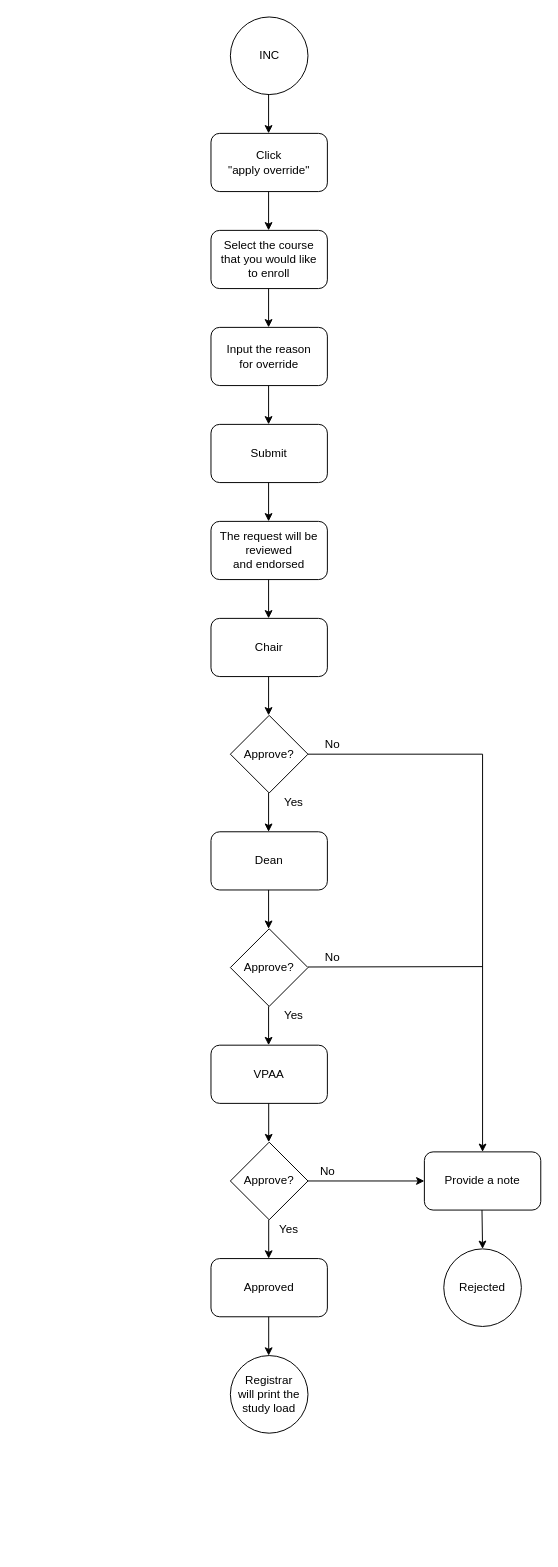
marfapepito/AudiBook keeps this draw.io diagram as Untitled Diagram.drawio. Above is the earlier version. Source tidied: cells renumbered, new cells numbered last; positions are measured from the earlier drawing's top-left corner, leaving out a move shared by most shapes. Both pictures are drawn from the tidied source at 97%, with x=0, y=0 at pixel (210, 16).
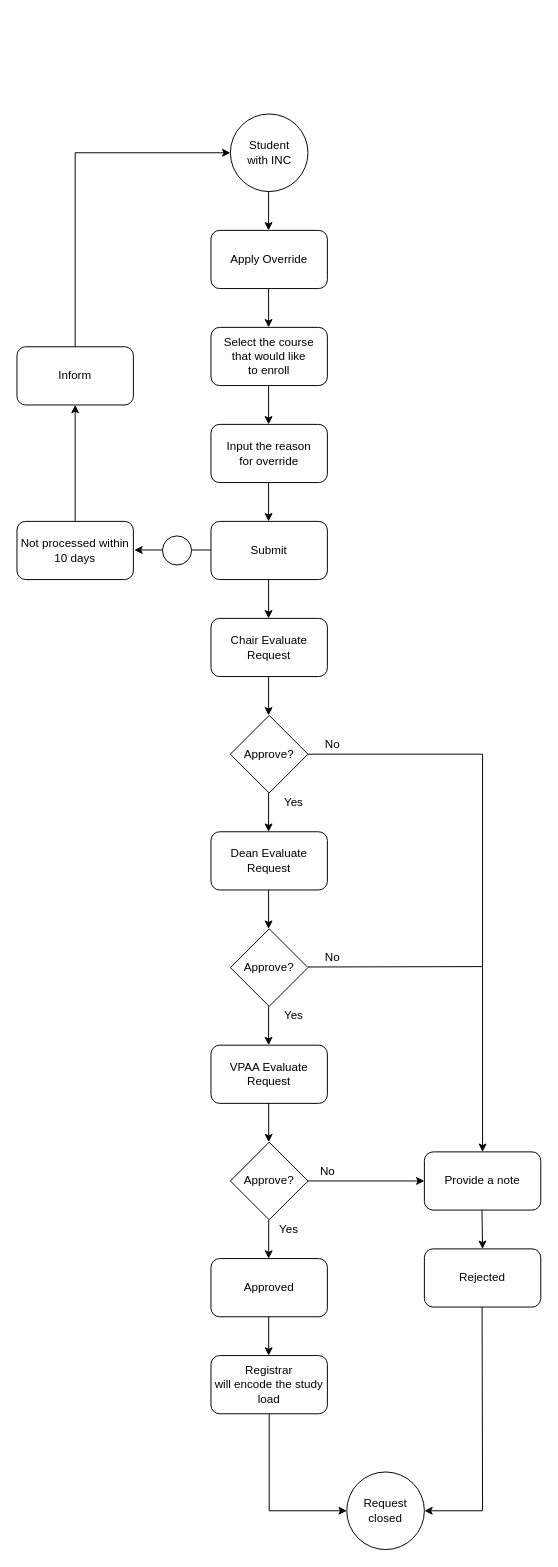
After the change.

The edit, as a diff of the source:
```diff
@@
     <mxCell id="2" style="ellipse;whiteSpace=wrap;html=1;" parent="1" vertex="1">
-      <mxGeometry x="20" width="80" height="80" as="geometry" />
+      <mxGeometry x="20" y="100" width="80" height="80" as="geometry" />
     </mxCell>
     <mxCell id="3" value="Submit" style="rounded=1;whiteSpace=wrap;html=1;" parent="1" vertex="1">
-      <mxGeometry y="420" width="120" height="60" as="geometry" />
+      <mxGeometry y="520" width="120" height="60" as="geometry" />
     </mxCell>
-    <mxCell id="4" value="Registrar&lt;br&gt;will print the study load" style="ellipse;whiteSpace=wrap;html=1;" parent="1" vertex="1">
-      <mxGeometry x="20" y="1380" width="80" height="80" as="geometry" />
-    </mxCell>
     <mxCell id="5" style="endArrow=classic;html=1;rounded=0;" parent="1" edge="1">
       <mxGeometry relative="1" as="geometry">
-        <mxPoint x="59.4" y="480" as="sourcePoint" />
-        <mxPoint x="59.4" y="520" as="targetPoint" />
+        <mxPoint x="59.4" y="580" as="sourcePoint" />
+        <mxPoint x="59.4" y="620" as="targetPoint" />
       </mxGeometry>
     </mxCell>
     <mxCell id="6" style="endArrow=classic;html=1;rounded=0;" parent="1" edge="1">
       <mxGeometry relative="1" as="geometry">
-        <mxPoint x="59.4" y="380" as="sourcePoint" />
-        <mxPoint x="59.4" y="420" as="targetPoint" />
+        <mxPoint x="59.4" y="480" as="sourcePoint" />
+        <mxPoint x="59.4" y="520" as="targetPoint" />
       </mxGeometry>
     </mxCell>
-    <mxCell id="7" value="INC" style="text;html=1;align=center;verticalAlign=middle;strokeColor=none;fillColor=none;" parent="1" vertex="1">
-      <mxGeometry x="40" y="30" width="40" height="20" as="geometry" />
+    <mxCell id="7" value="Student&lt;br&gt;with INC" style="text;html=1;align=center;verticalAlign=middle;strokeColor=none;fillColor=none;" parent="1" vertex="1">
+      <mxGeometry x="30" y="125" width="60" height="30" as="geometry" />
     </mxCell>
-    <mxCell id="8" value="&lt;span&gt;Click&lt;br&gt;&quot;apply override&quot;&lt;/span&gt;" style="rounded=1;whiteSpace=wrap;html=1;" parent="1" vertex="1">
-      <mxGeometry y="120" width="120" height="60" as="geometry" />
+    <mxCell id="8" value="Apply Override" style="rounded=1;whiteSpace=wrap;html=1;" parent="1" vertex="1">
+      <mxGeometry y="220" width="120" height="60" as="geometry" />
     </mxCell>
     <mxCell id="9" style="endArrow=classic;html=1;rounded=0;" parent="1" edge="1">
       <mxGeometry relative="1" as="geometry">
-        <mxPoint x="59.4" y="80" as="sourcePoint" />
-        <mxPoint x="59.4" y="120" as="targetPoint" />
+        <mxPoint x="59.4" y="180" as="sourcePoint" />
+        <mxPoint x="59.4" y="220" as="targetPoint" />
       </mxGeometry>
     </mxCell>
     <mxCell id="10" style="endArrow=classic;html=1;rounded=0;" parent="1" edge="1">
       <mxGeometry relative="1" as="geometry">
-        <mxPoint x="59.4" y="180" as="sourcePoint" />
-        <mxPoint x="59.4" y="220" as="targetPoint" />
+        <mxPoint x="59.4" y="280" as="sourcePoint" />
+        <mxPoint x="59.4" y="320" as="targetPoint" />
       </mxGeometry>
     </mxCell>
-    <mxCell id="11" value="Select the course&lt;br&gt;that you would like&lt;br&gt;to enroll" style="rounded=1;whiteSpace=wrap;html=1;" parent="1" vertex="1">
-      <mxGeometry y="220" width="120" height="60" as="geometry" />
+    <mxCell id="11" value="Select the course&lt;br&gt;that would like&lt;br&gt;to enroll" style="rounded=1;whiteSpace=wrap;html=1;" parent="1" vertex="1">
+      <mxGeometry y="320" width="120" height="60" as="geometry" />
     </mxCell>
     <mxCell id="12" style="endArrow=classic;html=1;rounded=0;" parent="1" edge="1">
       <mxGeometry relative="1" as="geometry">
-        <mxPoint x="59.4" y="280" as="sourcePoint" />
-        <mxPoint x="59.4" y="320" as="targetPoint" />
+        <mxPoint x="59.4" y="380" as="sourcePoint" />
+        <mxPoint x="59.4" y="420" as="targetPoint" />
       </mxGeometry>
     </mxCell>
     <mxCell id="13" value="Input the reason&lt;br&gt;for override" style="rounded=1;whiteSpace=wrap;html=1;" parent="1" vertex="1">
-      <mxGeometry y="320" width="120" height="60" as="geometry" />
+      <mxGeometry y="420" width="120" height="60" as="geometry" />
     </mxCell>
@@
-    <mxCell id="15" value="&lt;span&gt;The request will be&lt;/span&gt;&lt;br&gt;&lt;span&gt;reviewed&lt;/span&gt;&lt;br&gt;&lt;span&gt;and endorsed&lt;/span&gt;" style="rounded=1;whiteSpace=wrap;html=1;" parent="1" vertex="1">
-      <mxGeometry y="520" width="120" height="60" as="geometry" />
-    </mxCell>
-    <mxCell id="16" style="endArrow=classic;html=1;rounded=0;" parent="1" edge="1">
-      <mxGeometry relative="1" as="geometry">
-        <mxPoint x="59.4" y="580" as="sourcePoint" />
-        <mxPoint x="59.4" y="620" as="targetPoint" />
-      </mxGeometry>
-    </mxCell>
-    <mxCell id="17" value="VPAA" style="rounded=1;whiteSpace=wrap;html=1;" parent="1" vertex="1">
+    <mxCell id="17" value="VPAA Evaluate&lt;br&gt;Request" style="rounded=1;whiteSpace=wrap;html=1;" parent="1" vertex="1">
       <mxGeometry y="1060" width="120" height="60" as="geometry" />
     </mxCell>
-    <mxCell id="18" value="Dean" style="rounded=1;whiteSpace=wrap;html=1;" parent="1" vertex="1">
+    <mxCell id="18" value="Dean Evaluate&lt;br&gt;Request" style="rounded=1;whiteSpace=wrap;html=1;" parent="1" vertex="1">
       <mxGeometry y="840" width="120" height="60" as="geometry" />
     </mxCell>
-    <mxCell id="19" value="Chair" style="rounded=1;whiteSpace=wrap;html=1;" parent="1" vertex="1">
+    <mxCell id="19" value="Chair Evaluate&lt;br&gt;Request" style="rounded=1;whiteSpace=wrap;html=1;" parent="1" vertex="1">
       <mxGeometry y="620" width="120" height="60" as="geometry" />
     </mxCell>
@@
-    <mxCell id="31" value="Rejected" style="ellipse;whiteSpace=wrap;html=1;" parent="1" vertex="1">
-      <mxGeometry x="240" y="1270" width="80" height="80" as="geometry" />
-    </mxCell>
-    <mxCell id="32" style="endArrow=classic;html=1;rounded=0;entryX=0.5;entryY=0;entryDx=0;entryDy=0;" parent="1" edge="1" target="31">
+    <mxCell id="32" style="endArrow=classic;html=1;rounded=0;entryX=0.5;entryY=0;entryDx=0;entryDy=0;" parent="1" edge="1">
       <mxGeometry relative="1" as="geometry">
         <mxPoint x="279.4" y="1230" as="sourcePoint" />
+        <mxPoint x="280" y="1270" as="targetPoint" />
       </mxGeometry>
     </mxCell>
@@
+    <mxCell id="43" value="Registrar&lt;br&gt;will encode the study load" style="rounded=1;whiteSpace=wrap;html=1;" parent="1" vertex="1">
+      <mxGeometry y="1380" width="120" height="60" as="geometry" />
+    </mxCell>
+    <mxCell id="44" style="endArrow=classic;html=1;rounded=0;" parent="1" edge="1">
+      <mxGeometry relative="1" as="geometry">
+        <mxPoint y="549.5" as="sourcePoint" />
+        <mxPoint x="-79" y="549.5" as="targetPoint" />
+      </mxGeometry>
+    </mxCell>
+    <mxCell id="45" value="Not processed within 10 days" style="rounded=1;whiteSpace=wrap;html=1;" parent="1" vertex="1">
+      <mxGeometry x="-200" y="520" width="120" height="60" as="geometry" />
+    </mxCell>
+    <mxCell id="46" style="endArrow=classic;html=1;rounded=0;entryX=0;entryY=0.5;entryDx=0;entryDy=0;" parent="1" edge="1" target="2">
+      <mxGeometry relative="1" as="geometry">
+        <mxPoint x="-140" y="140" as="sourcePoint" />
+      </mxGeometry>
+    </mxCell>
+    <mxCell id="47" value="Inform" style="rounded=1;whiteSpace=wrap;html=1;" parent="1" vertex="1">
+      <mxGeometry x="-200" y="340" width="120" height="60" as="geometry" />
+    </mxCell>
+    <mxCell id="48" style="endArrow=classic;html=1;rounded=0;" parent="1" edge="1">
+      <mxGeometry relative="1" as="geometry">
+        <mxPoint x="-140" y="520" as="sourcePoint" />
+        <mxPoint x="-140" y="400" as="targetPoint" />
+      </mxGeometry>
+    </mxCell>
+    <mxCell id="49" style="endArrow=none;html=1;rounded=0;exitX=0.5;exitY=0;exitDx=0;exitDy=0;" parent="1" edge="1" source="47">
+      <mxGeometry relative="1" as="geometry">
+        <mxPoint x="-140" y="140" as="targetPoint" />
+      </mxGeometry>
+    </mxCell>
+    <mxCell id="50" style="ellipse;whiteSpace=wrap;html=1;" parent="1" vertex="1">
+      <mxGeometry x="-50" y="535" width="30" height="30" as="geometry" />
+    </mxCell>
+    <mxCell id="51" value="Request&lt;br&gt;closed" style="ellipse;whiteSpace=wrap;html=1;" parent="1" vertex="1">
+      <mxGeometry x="140" y="1500" width="80" height="80" as="geometry" />
+    </mxCell>
+    <mxCell id="31" value="Rejected" style="rounded=1;whiteSpace=wrap;html=1;" parent="1" vertex="1">
+      <mxGeometry x="220" y="1270" width="120" height="60" as="geometry" />
+    </mxCell>
+    <mxCell id="52" style="endArrow=classic;html=1;rounded=0;entryX=0;entryY=0.5;entryDx=0;entryDy=0;exitX=0.5;exitY=1;exitDx=0;exitDy=0;" parent="1" edge="1" source="43" target="51">
+      <mxGeometry relative="1" as="geometry">
+        <Array as="points">
+          <mxPoint x="60" y="1540" />
+        </Array>
+      </mxGeometry>
+    </mxCell>
+    <mxCell id="53" style="endArrow=classic;html=1;rounded=0;entryX=1;entryY=0.5;entryDx=0;entryDy=0;" parent="1" edge="1" target="51">
+      <mxGeometry relative="1" as="geometry">
+        <mxPoint x="279.5" y="1330" as="sourcePoint" />
+        <Array as="points">
+          <mxPoint x="280" y="1540" />
+        </Array>
+      </mxGeometry>
+    </mxCell>
```
